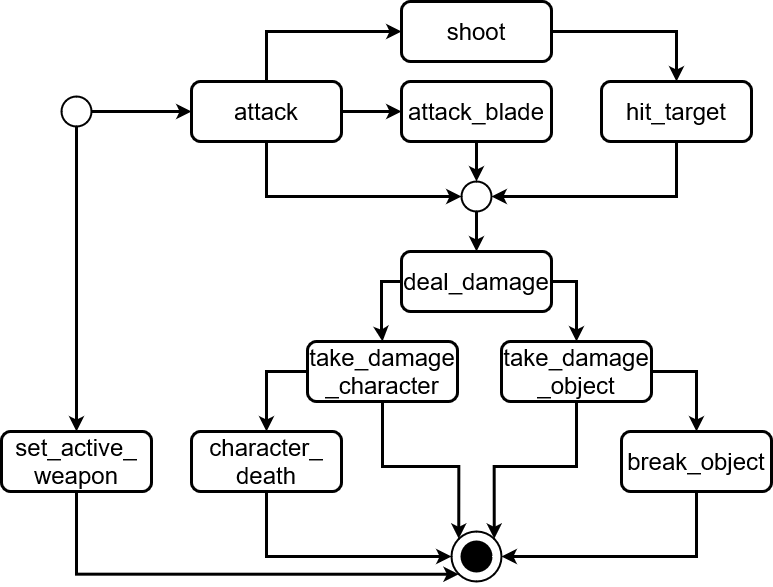
Before: Pictures/std/std 5.drawio.png, a diagram exported from draw.io (FM-Man/SPL_2). Source tidied: cells renumbered, new cells last; positions are measured from the earlier drawing's top-left corner, leaving out a move shared by most shapes.
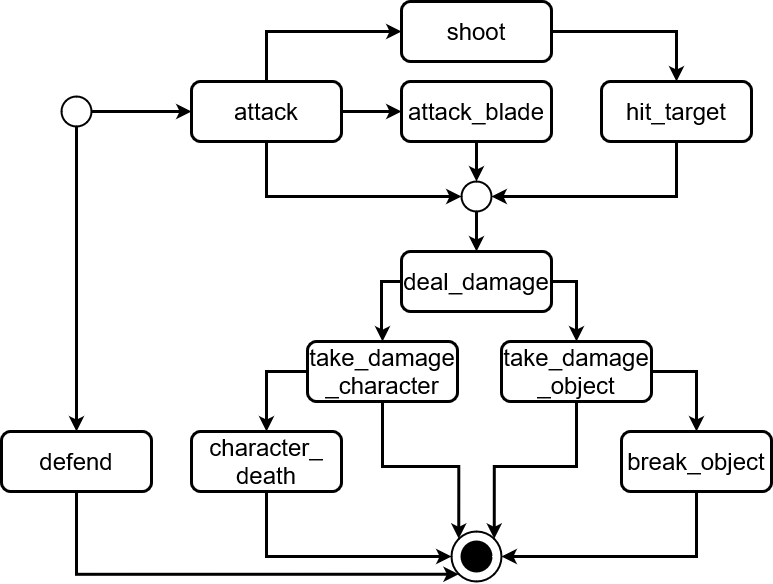
The same diagram one commit later.

The edit, as a diff of the source:
```diff
@@ -24,7 +24,7 @@
         </Array>
       </mxGeometry>
     </mxCell>
-    <mxCell id="8" value="&lt;div&gt;&lt;font size=&quot;3&quot;&gt;&lt;font style=&quot;font-size: 24px&quot;&gt;set_active_&lt;/font&gt;&lt;/font&gt;&lt;/div&gt;&lt;div&gt;&lt;font size=&quot;3&quot;&gt;&lt;font style=&quot;font-size: 24px&quot;&gt;weapon&lt;br&gt;&lt;/font&gt;&lt;/font&gt;&lt;/div&gt;" style="rounded=1;whiteSpace=wrap;html=1;fillColor=#FFFFFF;strokeWidth=3;" parent="1" vertex="1">
+    <mxCell id="8" value="&lt;div&gt;&lt;font size=&quot;3&quot;&gt;&lt;font style=&quot;font-size: 24px&quot;&gt;defend&lt;/font&gt;&lt;/font&gt;&lt;/div&gt;" style="rounded=1;whiteSpace=wrap;html=1;fillColor=#FFFFFF;strokeWidth=3;" parent="1" vertex="1">
       <mxGeometry y="430" width="150" height="60" as="geometry" />
     </mxCell>
     <mxCell id="9" style="edgeStyle=orthogonalEdgeStyle;rounded=0;jettySize=auto;html=1;exitX=0.5;exitY=0;exitDx=0;exitDy=0;entryX=0;entryY=0.5;entryDx=0;entryDy=0;strokeWidth=3;" parent="1" edge="1" source="12" target="16">
```
